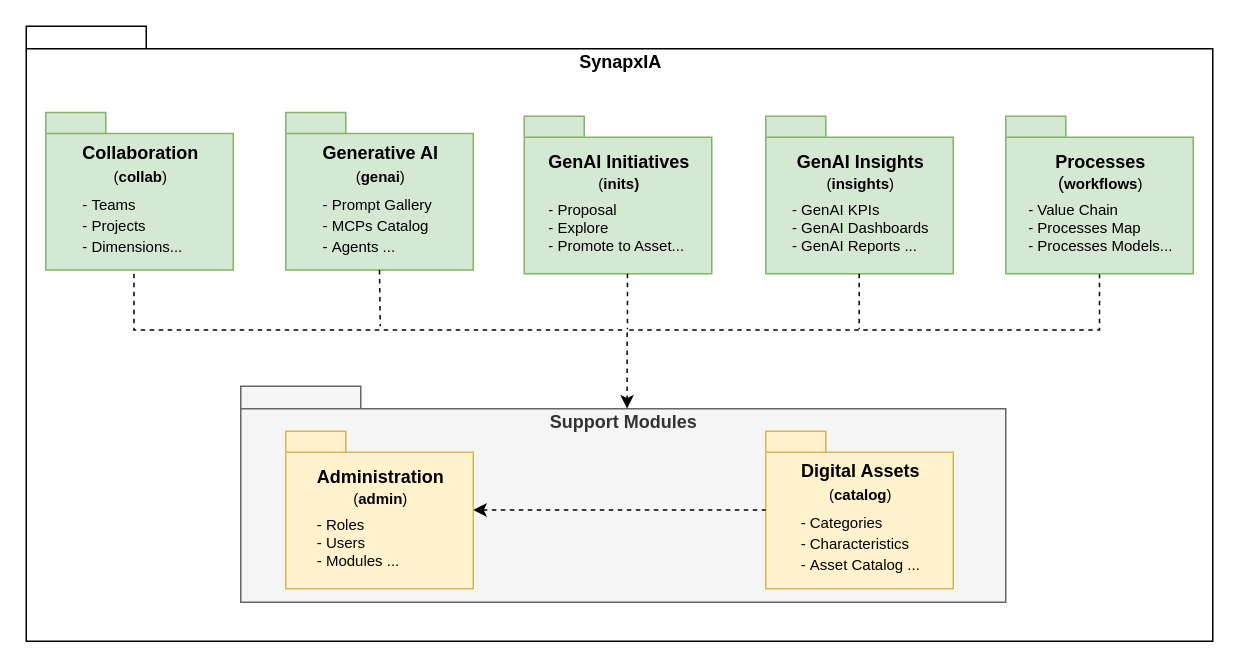
Above: page "SynapxIA" (1 of 5) of docs/Synapxia.drawio in abc-flex/synapxia (draw.io), before the change. Source tidied: cells renumbered, new cells numbered last; positions are measured from the earlier drawing's top-left corner, leaving out a move shared by most shapes. Both pictures are drawn from the tidied source at 150%, with x=0, y=0 at pixel (26, 26).
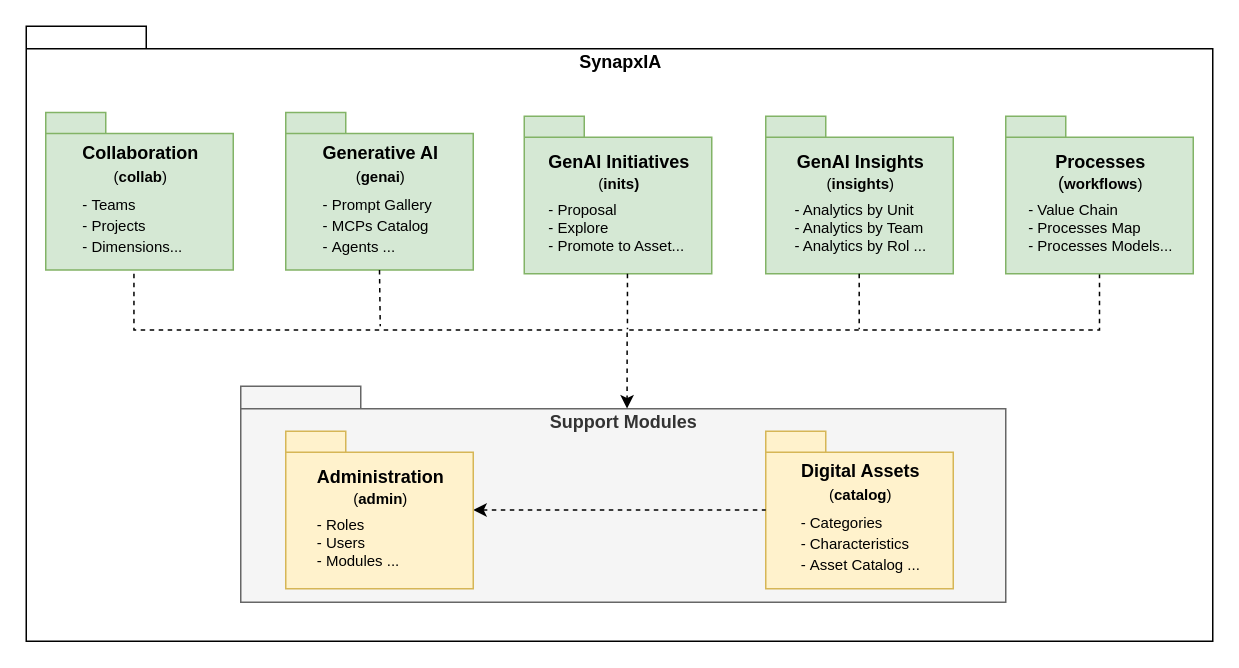
The same page after the edit.

Diff of the diagram source:
```diff
@@
-    <mxCell id="7" value="GenAI Insights&lt;br style=&quot;border-color: var(--border-color);&quot;&gt;&lt;font style=&quot;border-color: var(--border-color); font-size: 10px;&quot;&gt;&lt;span style=&quot;font-weight: normal;&quot;&gt;(&lt;/span&gt;&lt;/font&gt;&lt;font style=&quot;border-color: var(--border-color); font-size: 4px;&quot;&gt;&lt;span style=&quot;border-color: var(--border-color); font-size: 10px;&quot;&gt;insights&lt;/span&gt;&lt;span style=&quot;border-color: var(--border-color); font-size: 10px; font-weight: normal;&quot;&gt;)&lt;/span&gt;&lt;br style=&quot;border-color: var(--border-color);&quot;&gt;&lt;div style=&quot;border-color: var(--border-color); text-align: left;&quot;&gt;&lt;span style=&quot;border-color: var(--border-color); font-weight: 400;&quot;&gt;&lt;br style=&quot;border-color: var(--border-color);&quot;&gt;&lt;/span&gt;&lt;/div&gt;&lt;div style=&quot;border-color: var(--border-color); text-align: left;&quot;&gt;&lt;span style=&quot;border-color: var(--border-color); font-size: 10px; font-weight: normal; background-color: initial;&quot;&gt;- GenAI KPIs&lt;/span&gt;&lt;br style=&quot;border-color: var(--border-color);&quot;&gt;&lt;/div&gt;&lt;/font&gt;&lt;div style=&quot;border-color: var(--border-color); text-align: left; font-size: 10px;&quot;&gt;&lt;font style=&quot;border-color: var(--border-color); font-weight: normal;&quot;&gt;- GenAI Dashboards&lt;/font&gt;&lt;/div&gt;&lt;div style=&quot;border-color: var(--border-color); text-align: left; font-size: 10px;&quot;&gt;&lt;font style=&quot;border-color: var(--border-color); font-weight: normal;&quot;&gt;- GenAI Reports ...&lt;/font&gt;&lt;/div&gt;" style="shape=folder;fontStyle=1;spacingTop=10;tabWidth=40;tabHeight=14;tabPosition=left;html=1;fillColor=#d5e8d4;strokeColor=#82b366;" parent="1" vertex="1">
+    <mxCell id="7" value="GenAI Insights&lt;br style=&quot;border-color: var(--border-color);&quot;&gt;&lt;font style=&quot;border-color: var(--border-color); font-size: 10px;&quot;&gt;&lt;span style=&quot;font-weight: normal;&quot;&gt;(&lt;/span&gt;&lt;/font&gt;&lt;font style=&quot;border-color: var(--border-color); font-size: 4px;&quot;&gt;&lt;span style=&quot;border-color: var(--border-color); font-size: 10px;&quot;&gt;insights&lt;/span&gt;&lt;span style=&quot;border-color: var(--border-color); font-size: 10px; font-weight: normal;&quot;&gt;)&lt;/span&gt;&lt;br style=&quot;border-color: var(--border-color);&quot;&gt;&lt;div style=&quot;border-color: var(--border-color); text-align: left;&quot;&gt;&lt;span style=&quot;border-color: var(--border-color); font-weight: 400;&quot;&gt;&lt;br style=&quot;border-color: var(--border-color);&quot;&gt;&lt;/span&gt;&lt;/div&gt;&lt;div style=&quot;border-color: var(--border-color); text-align: left;&quot;&gt;&lt;span style=&quot;border-color: var(--border-color); font-size: 10px; font-weight: normal; background-color: initial;&quot;&gt;- Analytics by Unit&lt;/span&gt;&lt;br style=&quot;border-color: var(--border-color);&quot;&gt;&lt;/div&gt;&lt;/font&gt;&lt;div style=&quot;border-color: var(--border-color); text-align: left; font-size: 10px;&quot;&gt;&lt;font style=&quot;border-color: var(--border-color); font-weight: normal;&quot;&gt;- &lt;/font&gt;&lt;span style=&quot;font-weight: 400; background-color: transparent; color: light-dark(rgb(0, 0, 0), rgb(255, 255, 255));&quot;&gt;Analytics by Team&lt;/span&gt;&lt;/div&gt;&lt;div style=&quot;border-color: var(--border-color); text-align: left; font-size: 10px;&quot;&gt;&lt;font style=&quot;border-color: var(--border-color); font-weight: normal;&quot;&gt;- Analytics by Rol ...&lt;/font&gt;&lt;/div&gt;" style="shape=folder;fontStyle=1;spacingTop=10;tabWidth=40;tabHeight=14;tabPosition=left;html=1;fillColor=#d5e8d4;strokeColor=#82b366;" parent="1" vertex="1">
       <mxGeometry x="493" y="60" width="125" height="105" as="geometry" />
     </mxCell>
```
